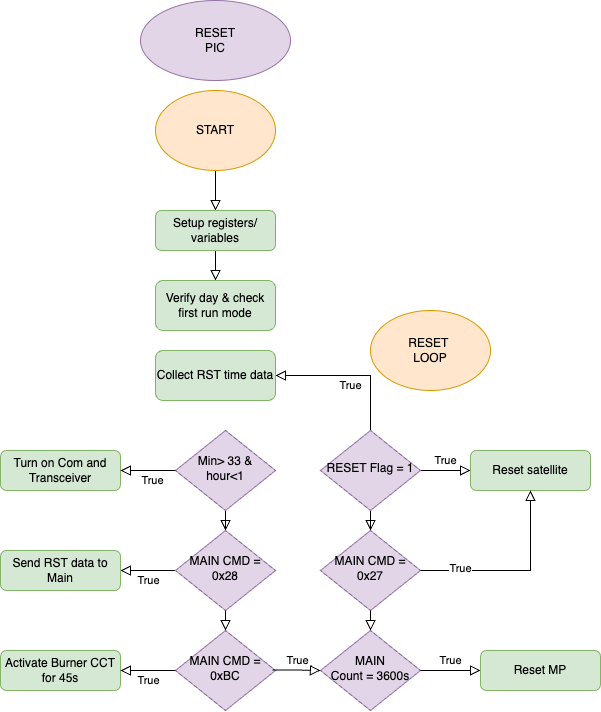
Above: Diagrams/pic_operations-RESET-PIC.png in BIRDSOpenSource/BIRDSRP-OBC (draw.io), before the change. Source tidied: cells renumbered, new cells last; positions are measured from the earlier drawing's top-left corner, leaving out a move shared by most shapes. Source of this version:
```xml
<mxGraphModel>
  <root>
    <mxCell id="0" />
    <mxCell id="1" parent="0" />
    <mxCell id="2" style="rounded=0;html=1;jettySize=auto;fontSize=11;endArrow=block;endFill=0;endSize=8;strokeWidth=1;shadow=0;labelBackgroundColor=none;edgeStyle=orthogonalEdgeStyle;exitX=0.5;exitY=1;exitDx=0;exitDy=0;entryX=0.5;entryY=0;entryDx=0;entryDy=0;" parent="1" edge="1" source="7" target="5">
      <mxGeometry relative="1" as="geometry">
        <Array as="points">
          <mxPoint x="215" y="190" />
          <mxPoint x="215" y="190" />
        </Array>
      </mxGeometry>
    </mxCell>
    <mxCell id="3" style="edgeStyle=orthogonalEdgeStyle;rounded=0;html=1;jettySize=auto;fontSize=11;endArrow=block;endFill=0;endSize=8;strokeWidth=1;shadow=0;labelBackgroundColor=none;exitX=0.5;exitY=1;exitDx=0;exitDy=0;entryX=0.5;entryY=0;entryDx=0;entryDy=0;" parent="1" edge="1" source="5" target="4">
      <mxGeometry y="10" relative="1" as="geometry" />
    </mxCell>
    <mxCell id="4" value="&lt;div&gt;Verify day &amp;amp; check first run mode&lt;/div&gt;" style="rounded=1;whiteSpace=wrap;html=1;fontSize=12;glass=0;strokeWidth=1;shadow=0;fillColor=#d5e8d4;strokeColor=#82b366;" parent="1" vertex="1">
      <mxGeometry x="155" y="280" width="120" height="50" as="geometry" />
    </mxCell>
    <mxCell id="5" value="&lt;div&gt;Setup registers/ variables&lt;/div&gt;" style="rounded=1;whiteSpace=wrap;html=1;fontSize=12;glass=0;strokeWidth=1;shadow=0;fillColor=#d5e8d4;strokeColor=#82b366;" parent="1" vertex="1">
      <mxGeometry x="155" y="210" width="120" height="40" as="geometry" />
    </mxCell>
    <mxCell id="6" value="RESET&lt;div&gt;PIC&lt;/div&gt;" style="ellipse;whiteSpace=wrap;html=1;fillColor=#e1d5e7;strokeColor=#9673a6;" parent="1" vertex="1">
      <mxGeometry x="140" width="150" height="80" as="geometry" />
    </mxCell>
    <mxCell id="7" value="START" style="ellipse;whiteSpace=wrap;html=1;fillColor=#ffe6cc;strokeColor=#d79b00;" parent="1" vertex="1">
      <mxGeometry x="155" y="90" width="120" height="80" as="geometry" />
    </mxCell>
    <mxCell id="8" value="True" style="edgeStyle=orthogonalEdgeStyle;rounded=0;html=1;jettySize=auto;fontSize=11;endArrow=block;endFill=0;endSize=8;strokeWidth=1;shadow=0;labelBackgroundColor=none;exitX=0.5;exitY=0;exitDx=0;exitDy=0;entryX=1;entryY=0.5;entryDx=0;entryDy=0;" parent="1" edge="1" source="12" target="9">
      <mxGeometry y="10" relative="1" as="geometry" />
    </mxCell>
    <mxCell id="9" value="&lt;div&gt;Collect RST time data&lt;/div&gt;" style="rounded=1;whiteSpace=wrap;html=1;fontSize=12;glass=0;strokeWidth=1;shadow=0;fillColor=#d5e8d4;strokeColor=#82b366;" parent="1" vertex="1">
      <mxGeometry x="155" y="350" width="120" height="50" as="geometry" />
    </mxCell>
    <mxCell id="10" style="rounded=0;html=1;jettySize=auto;fontSize=11;endArrow=block;endFill=0;endSize=8;strokeWidth=1;shadow=0;labelBackgroundColor=none;edgeStyle=orthogonalEdgeStyle;entryX=0.5;entryY=0;entryDx=0;entryDy=0;" parent="1" edge="1" source="12" target="15">
      <mxGeometry x="0.33" y="20" relative="1" as="geometry" />
    </mxCell>
    <mxCell id="11" value="True" style="edgeStyle=orthogonalEdgeStyle;rounded=0;html=1;jettySize=auto;fontSize=11;endArrow=block;endFill=0;endSize=8;strokeWidth=1;shadow=0;labelBackgroundColor=none;entryX=0;entryY=0.5;entryDx=0;entryDy=0;" parent="1" edge="1" source="12" target="18">
      <mxGeometry y="10" relative="1" as="geometry" />
    </mxCell>
    <mxCell id="12" value="RESET Flag = 1" style="rhombus;whiteSpace=wrap;html=1;shadow=0;fontFamily=Helvetica;fontSize=12;align=center;strokeWidth=1;spacing=6;spacingTop=-4;fillColor=#e1d5e7;strokeColor=#9673a6;" parent="1" vertex="1">
      <mxGeometry x="320" y="430" width="100" height="80" as="geometry" />
    </mxCell>
    <mxCell id="13" value="&lt;div&gt;Turn on Com and Transceiver&lt;/div&gt;" style="rounded=1;whiteSpace=wrap;html=1;fontSize=12;glass=0;strokeWidth=1;shadow=0;fillColor=#d5e8d4;strokeColor=#82b366;" parent="1" vertex="1">
      <mxGeometry y="450" width="120" height="40" as="geometry" />
    </mxCell>
    <mxCell id="14" value="RESET&amp;nbsp;&lt;div&gt;LOOP&lt;/div&gt;" style="ellipse;whiteSpace=wrap;html=1;fillColor=#ffe6cc;strokeColor=#d79b00;" parent="1" vertex="1">
      <mxGeometry x="370" y="310" width="120" height="80" as="geometry" />
    </mxCell>
    <mxCell id="15" value="MAIN CMD = 0x27" style="rhombus;whiteSpace=wrap;html=1;shadow=0;fontFamily=Helvetica;fontSize=12;align=center;strokeWidth=1;spacing=6;spacingTop=-4;fillColor=#e1d5e7;strokeColor=#9673a6;" parent="1" vertex="1">
      <mxGeometry x="320" y="530" width="100" height="80" as="geometry" />
    </mxCell>
    <mxCell id="16" value="&lt;div&gt;MAIN&lt;/div&gt;&lt;div&gt;Count = 3600s&lt;/div&gt;" style="rhombus;whiteSpace=wrap;html=1;shadow=0;fontFamily=Helvetica;fontSize=12;align=center;strokeWidth=1;spacing=6;spacingTop=-4;fillColor=#e1d5e7;strokeColor=#9673a6;" parent="1" vertex="1">
      <mxGeometry x="320" y="630" width="100" height="80" as="geometry" />
    </mxCell>
    <mxCell id="17" style="rounded=0;html=1;jettySize=auto;fontSize=11;endArrow=block;endFill=0;endSize=8;strokeWidth=1;shadow=0;labelBackgroundColor=none;edgeStyle=orthogonalEdgeStyle;entryX=0.5;entryY=0;entryDx=0;entryDy=0;exitX=0.5;exitY=1;exitDx=0;exitDy=0;" parent="1" edge="1" source="15" target="16">
      <mxGeometry x="0.33" y="20" relative="1" as="geometry" />
    </mxCell>
    <mxCell id="18" value="Reset satellite" style="rounded=1;whiteSpace=wrap;html=1;fontSize=12;glass=0;strokeWidth=1;shadow=0;fillColor=#d5e8d4;strokeColor=#82b366;" parent="1" vertex="1">
      <mxGeometry x="470" y="450" width="120" height="40" as="geometry" />
    </mxCell>
    <mxCell id="19" value="True" style="edgeStyle=orthogonalEdgeStyle;rounded=0;html=1;jettySize=auto;fontSize=11;endArrow=block;endFill=0;endSize=8;strokeWidth=1;shadow=0;labelBackgroundColor=none;entryX=1;entryY=0.5;entryDx=0;entryDy=0;exitX=0;exitY=0.5;exitDx=0;exitDy=0;" parent="1" edge="1" source="24" target="30">
      <mxGeometry y="10" relative="1" as="geometry" />
    </mxCell>
    <mxCell id="20" style="edgeStyle=orthogonalEdgeStyle;rounded=0;html=1;jettySize=auto;fontSize=11;endArrow=block;endFill=0;endSize=8;strokeWidth=1;shadow=0;labelBackgroundColor=none;exitX=1;exitY=0.5;exitDx=0;exitDy=0;entryX=0.5;entryY=1;entryDx=0;entryDy=0;" parent="1" edge="1" source="15" target="18">
      <mxGeometry y="10" relative="1" as="geometry" />
    </mxCell>
    <mxCell id="21" value="True" style="edgeLabel;html=1;align=center;verticalAlign=middle;" parent="20" vertex="1">
      <mxGeometry x="-0.59" y="2" relative="1" as="geometry" />
    </mxCell>
    <mxCell id="22" style="rounded=0;html=1;jettySize=auto;fontSize=11;endArrow=block;endFill=0;endSize=8;strokeWidth=1;shadow=0;labelBackgroundColor=none;edgeStyle=orthogonalEdgeStyle;entryX=0.5;entryY=0;entryDx=0;entryDy=0;" parent="1" edge="1" source="23" target="24">
      <mxGeometry x="0.33" y="20" relative="1" as="geometry" />
    </mxCell>
    <mxCell id="23" value="&lt;div&gt;Min&amp;gt; 33 &amp;amp; hour&amp;lt;1&lt;/div&gt;" style="rhombus;whiteSpace=wrap;html=1;shadow=0;fontFamily=Helvetica;fontSize=12;align=center;strokeWidth=1;spacing=6;spacingTop=-4;fillColor=#e1d5e7;strokeColor=#9673a6;" parent="1" vertex="1">
      <mxGeometry x="175" y="430" width="100" height="80" as="geometry" />
    </mxCell>
    <mxCell id="24" value="MAIN CMD = 0x28" style="rhombus;whiteSpace=wrap;html=1;shadow=0;fontFamily=Helvetica;fontSize=12;align=center;strokeWidth=1;spacing=6;spacingTop=-4;fillColor=#e1d5e7;strokeColor=#9673a6;" parent="1" vertex="1">
      <mxGeometry x="175" y="530" width="100" height="80" as="geometry" />
    </mxCell>
    <mxCell id="25" value="&lt;div&gt;MAIN CMD = 0xBC&lt;/div&gt;" style="rhombus;whiteSpace=wrap;html=1;shadow=0;fontFamily=Helvetica;fontSize=12;align=center;strokeWidth=1;spacing=6;spacingTop=-4;fillColor=#e1d5e7;strokeColor=#9673a6;" parent="1" vertex="1">
      <mxGeometry x="175" y="630" width="100" height="80" as="geometry" />
    </mxCell>
    <mxCell id="26" style="rounded=0;html=1;jettySize=auto;fontSize=11;endArrow=block;endFill=0;endSize=8;strokeWidth=1;shadow=0;labelBackgroundColor=none;edgeStyle=orthogonalEdgeStyle;entryX=0.5;entryY=0;entryDx=0;entryDy=0;exitX=0.5;exitY=1;exitDx=0;exitDy=0;" parent="1" edge="1" source="24" target="25">
      <mxGeometry x="0.33" y="20" relative="1" as="geometry" />
    </mxCell>
    <mxCell id="27" value="True" style="edgeStyle=orthogonalEdgeStyle;rounded=0;html=1;jettySize=auto;fontSize=11;endArrow=block;endFill=0;endSize=8;strokeWidth=1;shadow=0;labelBackgroundColor=none;entryX=1;entryY=0.5;entryDx=0;entryDy=0;exitX=0;exitY=0.5;exitDx=0;exitDy=0;" parent="1" edge="1" source="23" target="13">
      <mxGeometry x="-0.18" y="10" relative="1" as="geometry" />
    </mxCell>
    <mxCell id="28" value="True" style="edgeStyle=orthogonalEdgeStyle;rounded=0;html=1;jettySize=auto;fontSize=11;endArrow=block;endFill=0;endSize=8;strokeWidth=1;shadow=0;labelBackgroundColor=none;entryX=0;entryY=0.5;entryDx=0;entryDy=0;exitX=1;exitY=0.5;exitDx=0;exitDy=0;" parent="1" edge="1" source="16" target="33">
      <mxGeometry y="10" relative="1" as="geometry" />
    </mxCell>
    <mxCell id="29" value="True" style="edgeStyle=orthogonalEdgeStyle;rounded=0;html=1;jettySize=auto;fontSize=11;endArrow=block;endFill=0;endSize=8;strokeWidth=1;shadow=0;labelBackgroundColor=none;entryX=0;entryY=0.5;entryDx=0;entryDy=0;exitX=0.971;exitY=0.494;exitDx=0;exitDy=0;exitPerimeter=0;" parent="1" edge="1" source="25" target="16">
      <mxGeometry y="10" relative="1" as="geometry" />
    </mxCell>
    <mxCell id="30" value="&lt;div&gt;Send RST data to Main&lt;/div&gt;" style="rounded=1;whiteSpace=wrap;html=1;fontSize=12;glass=0;strokeWidth=1;shadow=0;fillColor=#d5e8d4;strokeColor=#82b366;" parent="1" vertex="1">
      <mxGeometry y="550" width="120" height="40" as="geometry" />
    </mxCell>
    <mxCell id="31" value="&lt;div&gt;Activate Burner CCT for 45s&lt;/div&gt;" style="rounded=1;whiteSpace=wrap;html=1;fontSize=12;glass=0;strokeWidth=1;shadow=0;fillColor=#d5e8d4;strokeColor=#82b366;" parent="1" vertex="1">
      <mxGeometry y="650" width="120" height="40" as="geometry" />
    </mxCell>
    <mxCell id="32" value="True" style="edgeStyle=orthogonalEdgeStyle;rounded=0;html=1;jettySize=auto;fontSize=11;endArrow=block;endFill=0;endSize=8;strokeWidth=1;shadow=0;labelBackgroundColor=none;entryX=1;entryY=0.5;entryDx=0;entryDy=0;exitX=0;exitY=0.5;exitDx=0;exitDy=0;" parent="1" edge="1" source="25" target="31">
      <mxGeometry y="10" relative="1" as="geometry" />
    </mxCell>
    <mxCell id="33" value="Reset MP" style="rounded=1;whiteSpace=wrap;html=1;fontSize=12;glass=0;strokeWidth=1;shadow=0;fillColor=#d5e8d4;strokeColor=#82b366;" parent="1" vertex="1">
      <mxGeometry x="480" y="650" width="120" height="40" as="geometry" />
    </mxCell>
  </root>
</mxGraphModel>
```
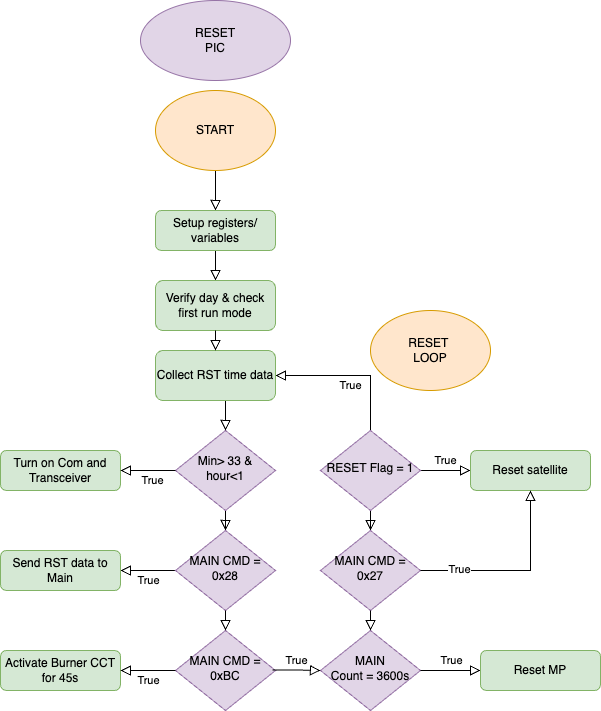
After the change.

Change to the diagram source:
```diff
@@ -103,5 +103,11 @@
     <mxCell id="33" value="Reset MP" style="rounded=1;whiteSpace=wrap;html=1;fontSize=12;glass=0;strokeWidth=1;shadow=0;fillColor=#d5e8d4;strokeColor=#82b366;" parent="1" vertex="1">
       <mxGeometry x="480" y="650" width="120" height="40" as="geometry" />
     </mxCell>
+    <mxCell id="34" style="edgeStyle=orthogonalEdgeStyle;rounded=0;html=1;jettySize=auto;fontSize=11;endArrow=block;endFill=0;endSize=8;strokeWidth=1;shadow=0;labelBackgroundColor=none;exitX=0.5;exitY=1;exitDx=0;exitDy=0;entryX=0.5;entryY=0;entryDx=0;entryDy=0;" parent="1" edge="1" source="4" target="9">
+      <mxGeometry y="10" relative="1" as="geometry" />
+    </mxCell>
+    <mxCell id="35" style="edgeStyle=orthogonalEdgeStyle;rounded=0;html=1;jettySize=auto;fontSize=11;endArrow=block;endFill=0;endSize=8;strokeWidth=1;shadow=0;labelBackgroundColor=none;exitX=0.584;exitY=1.009;exitDx=0;exitDy=0;entryX=0.5;entryY=0;entryDx=0;entryDy=0;exitPerimeter=0;" parent="1" edge="1" source="9" target="23">
+      <mxGeometry y="10" relative="1" as="geometry" />
+    </mxCell>
   </root>
 </mxGraphModel>
```
